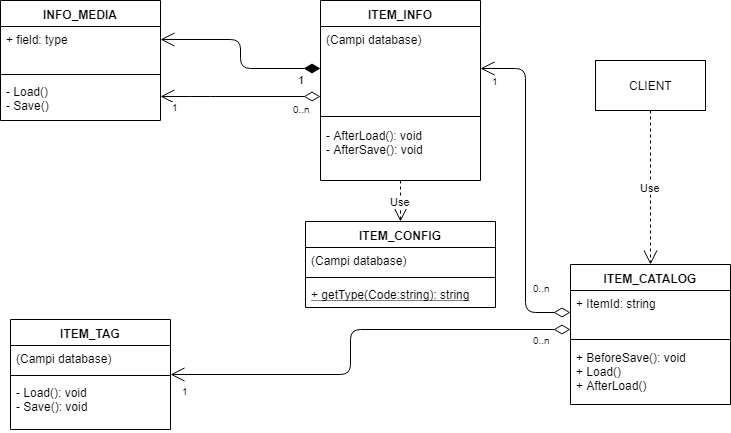
The draw.io diagram immagini/UML.png in riccardobek/Tesi, before a commit. Source tidied: cells renumbered, new cells last; positions are measured from the earlier drawing's top-left corner, leaving out a move shared by most shapes. Its diagram source:
```xml
<mxGraphModel>
  <root>
    <mxCell id="0" />
    <mxCell id="1" parent="0" />
    <mxCell id="2" value="ITEM_CATALOG" style="swimlane;fontStyle=1;align=center;verticalAlign=top;horizontal=1;startSize=26;" parent="1" vertex="1">
      <mxGeometry x="570" y="264" width="160" height="140" as="geometry" />
    </mxCell>
    <mxCell id="3" value="+ ItemId: string" style="text;strokeColor=none;fillColor=none;align=left;verticalAlign=top;spacingLeft=4;spacingRight=4;overflow=hidden;points=[[0,0.5],[1,0.5]];portConstraint=eastwest;" parent="2" vertex="1">
      <mxGeometry y="26" width="160" height="44" as="geometry" />
    </mxCell>
    <mxCell id="4" style="line;strokeWidth=1;fillColor=none;align=left;verticalAlign=middle;spacingTop=-1;spacingLeft=3;spacingRight=3;labelPosition=right;" parent="2" vertex="1">
      <mxGeometry y="70" width="160" height="10" as="geometry" />
    </mxCell>
    <mxCell id="5" value="+ BeforeSave(): void&#10;+ Load()&#10;+ AfterLoad()" style="text;strokeColor=none;fillColor=none;align=left;verticalAlign=top;spacingLeft=4;spacingRight=4;overflow=hidden;" parent="2" vertex="1">
      <mxGeometry y="80" width="160" height="60" as="geometry" />
    </mxCell>
    <mxCell id="6" value="ITEM_INFO" style="swimlane;fontStyle=1;align=center;verticalAlign=top;horizontal=1;startSize=26;" parent="1" vertex="1">
      <mxGeometry x="320" width="160" height="180" as="geometry" />
    </mxCell>
    <mxCell id="7" value="(Campi database)" style="text;strokeColor=none;fillColor=none;align=left;verticalAlign=top;spacingLeft=4;spacingRight=4;overflow=hidden;points=[[0,0.5],[1,0.5]];portConstraint=eastwest;" parent="6" vertex="1">
      <mxGeometry y="26" width="160" height="84" as="geometry" />
    </mxCell>
    <mxCell id="8" style="line;strokeWidth=1;fillColor=none;align=left;verticalAlign=middle;spacingTop=-1;spacingLeft=3;spacingRight=3;labelPosition=right;" parent="6" vertex="1">
      <mxGeometry y="110" width="160" height="12" as="geometry" />
    </mxCell>
    <mxCell id="9" value="- AfterLoad(): void&#10;- AfterSave(): void" style="text;strokeColor=none;fillColor=none;align=left;verticalAlign=top;spacingLeft=4;spacingRight=4;overflow=hidden;points=[[0,0.5],[1,0.5]];portConstraint=eastwest;" parent="6" vertex="1">
      <mxGeometry y="122" width="160" height="58" as="geometry" />
    </mxCell>
    <mxCell id="10" style="endArrow=open;html=1;endSize=12;startArrow=diamondThin;startSize=14;startFill=0;edgeStyle=orthogonalEdgeStyle;" parent="1" edge="1" source="3" target="7">
      <mxGeometry relative="1" as="geometry" />
    </mxCell>
    <mxCell id="11" value="0..n" style="html=1;align=left;verticalAlign=top;labelBackgroundColor=#ffffff;fontSize=10;" parent="10" vertex="1">
      <mxGeometry x="-1" relative="1" as="geometry">
        <mxPoint x="-40" y="-37" as="offset" />
      </mxGeometry>
    </mxCell>
    <mxCell id="12" value="1" style="html=1;align=right;verticalAlign=top;labelBackgroundColor=#ffffff;fontSize=10;" parent="10" vertex="1">
      <mxGeometry x="1" relative="1" as="geometry">
        <mxPoint x="20" as="offset" />
      </mxGeometry>
    </mxCell>
    <mxCell id="13" value="INFO_MEDIA" style="swimlane;fontStyle=1;align=center;verticalAlign=top;horizontal=1;startSize=26;" parent="1" vertex="1">
      <mxGeometry width="160" height="120" as="geometry" />
    </mxCell>
    <mxCell id="14" value="+ field: type" style="text;strokeColor=none;fillColor=none;align=left;verticalAlign=top;spacingLeft=4;spacingRight=4;overflow=hidden;" parent="13" vertex="1">
      <mxGeometry y="26" width="160" height="44" as="geometry" />
    </mxCell>
    <mxCell id="15" style="line;strokeWidth=1;fillColor=none;align=left;verticalAlign=middle;spacingTop=-1;spacingLeft=3;spacingRight=3;labelPosition=right;" parent="13" vertex="1">
      <mxGeometry y="70" width="160" height="8" as="geometry" />
    </mxCell>
    <mxCell id="16" value="- Load()&#10;- Save()" style="text;strokeColor=none;fillColor=none;align=left;verticalAlign=top;spacingLeft=4;spacingRight=4;overflow=hidden;points=[[0,0.5],[1,0.5]];portConstraint=eastwest;" parent="13" vertex="1">
      <mxGeometry y="78" width="160" height="42" as="geometry" />
    </mxCell>
    <mxCell id="17" value="ITEM_TAG" style="swimlane;fontStyle=1;align=center;verticalAlign=top;horizontal=1;startSize=26;" parent="1" vertex="1">
      <mxGeometry x="10" y="319" width="160" height="110" as="geometry" />
    </mxCell>
    <mxCell id="18" value="(Campi database)" style="text;strokeColor=none;fillColor=none;align=left;verticalAlign=top;spacingLeft=4;spacingRight=4;overflow=hidden;" parent="17" vertex="1">
      <mxGeometry y="26" width="160" height="26" as="geometry" />
    </mxCell>
    <mxCell id="19" style="line;strokeWidth=1;fillColor=none;align=left;verticalAlign=middle;spacingTop=-1;spacingLeft=3;spacingRight=3;labelPosition=right;" parent="17" vertex="1">
      <mxGeometry y="52" width="160" height="8" as="geometry" />
    </mxCell>
    <mxCell id="20" value="- Load(): void&#10;- Save(): void" style="text;strokeColor=none;fillColor=none;align=left;verticalAlign=top;spacingLeft=4;spacingRight=4;overflow=hidden;" parent="17" vertex="1">
      <mxGeometry y="60" width="160" height="50" as="geometry" />
    </mxCell>
    <mxCell id="21" value="&lt;br&gt;" style="endArrow=open;html=1;endSize=12;startArrow=diamondThin;startSize=14;startFill=0;edgeStyle=orthogonalEdgeStyle;" parent="1" edge="1" source="3">
      <mxGeometry relative="1" as="geometry">
        <mxPoint x="170" y="374" as="targetPoint" />
        <Array as="points">
          <mxPoint x="350" y="329" />
          <mxPoint x="350" y="374" />
        </Array>
      </mxGeometry>
    </mxCell>
    <mxCell id="22" value="0..n" style="html=1;align=left;verticalAlign=top;labelBackgroundColor=#ffffff;fontSize=10;" parent="21" vertex="1">
      <mxGeometry x="-1" relative="1" as="geometry">
        <mxPoint x="-40" y="-2" as="offset" />
      </mxGeometry>
    </mxCell>
    <mxCell id="23" value="1" style="html=1;align=right;verticalAlign=top;labelBackgroundColor=#ffffff;fontSize=10;" parent="21" vertex="1">
      <mxGeometry x="1" relative="1" as="geometry">
        <mxPoint x="20" y="4" as="offset" />
      </mxGeometry>
    </mxCell>
    <mxCell id="24" value="1" style="endArrow=open;html=1;endSize=12;startArrow=diamondThin;startSize=14;startFill=1;edgeStyle=orthogonalEdgeStyle;align=left;verticalAlign=bottom;exitX=0;exitY=0.5;exitDx=0;exitDy=0;" parent="1" edge="1" source="7">
      <mxGeometry x="-0.75" y="20" relative="1" as="geometry">
        <mxPoint x="160" y="39" as="targetPoint" />
      </mxGeometry>
    </mxCell>
    <mxCell id="25" style="endArrow=open;html=1;endSize=12;startArrow=diamondThin;startSize=14;startFill=0;edgeStyle=orthogonalEdgeStyle;" parent="1" edge="1" source="7" target="16">
      <mxGeometry relative="1" as="geometry">
        <Array as="points">
          <mxPoint x="200" y="96" />
          <mxPoint x="200" y="96" />
        </Array>
      </mxGeometry>
    </mxCell>
    <mxCell id="26" value="0..n" style="html=1;align=left;verticalAlign=top;labelBackgroundColor=#ffffff;fontSize=10;" parent="25" vertex="1">
      <mxGeometry x="-1" relative="1" as="geometry">
        <mxPoint x="-30" as="offset" />
      </mxGeometry>
    </mxCell>
    <mxCell id="27" value="1" style="html=1;align=right;verticalAlign=top;labelBackgroundColor=#ffffff;fontSize=10;" parent="25" vertex="1">
      <mxGeometry x="1" relative="1" as="geometry">
        <mxPoint x="20" y="-2" as="offset" />
      </mxGeometry>
    </mxCell>
    <mxCell id="28" value="CLIENT" style="html=1;" parent="1" vertex="1">
      <mxGeometry x="595" y="60" width="110" height="50" as="geometry" />
    </mxCell>
    <mxCell id="29" value="Use" style="endArrow=open;endSize=12;dashed=1;html=1;exitX=0.5;exitY=1;exitDx=0;exitDy=0;" parent="1" edge="1" source="28" target="2">
      <mxGeometry relative="1" as="geometry" />
    </mxCell>
    <mxCell id="30" value="ITEM_CONFIG" style="swimlane;fontStyle=1;align=center;verticalAlign=top;horizontal=1;startSize=26;" parent="1" vertex="1">
      <mxGeometry x="305" y="221" width="190" height="86" as="geometry" />
    </mxCell>
    <mxCell id="31" value="(Campi database)" style="text;strokeColor=none;fillColor=none;align=left;verticalAlign=top;spacingLeft=4;spacingRight=4;overflow=hidden;" parent="30" vertex="1">
      <mxGeometry y="26" width="190" height="26" as="geometry" />
    </mxCell>
    <mxCell id="32" style="line;strokeWidth=1;fillColor=none;align=left;verticalAlign=middle;spacingTop=-1;spacingLeft=3;spacingRight=3;labelPosition=right;" parent="30" vertex="1">
      <mxGeometry y="52" width="190" height="8" as="geometry" />
    </mxCell>
    <mxCell id="33" value="+ getType(Code:string): string" style="text;strokeColor=none;fillColor=none;align=left;verticalAlign=top;spacingLeft=4;spacingRight=4;overflow=hidden;fontStyle=4;" parent="30" vertex="1">
      <mxGeometry y="60" width="190" height="26" as="geometry" />
    </mxCell>
    <mxCell id="34" value="Use" style="endArrow=open;endSize=12;dashed=1;html=1;entryX=0.5;entryY=0;entryDx=0;entryDy=0;" parent="1" edge="1" source="9" target="30">
      <mxGeometry relative="1" as="geometry" />
    </mxCell>
  </root>
</mxGraphModel>
```
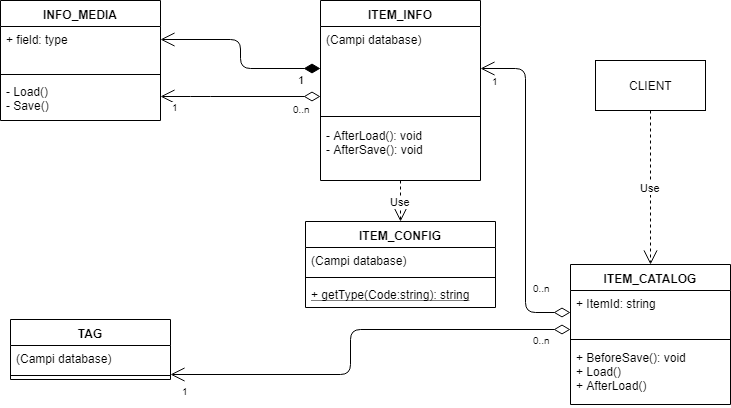
Above is the later version.

Change to the diagram source:
```diff
@@ -51,8 +51,8 @@
     <mxCell id="16" value="- Load()&#10;- Save()" style="text;strokeColor=none;fillColor=none;align=left;verticalAlign=top;spacingLeft=4;spacingRight=4;overflow=hidden;points=[[0,0.5],[1,0.5]];portConstraint=eastwest;" parent="13" vertex="1">
       <mxGeometry y="78" width="160" height="42" as="geometry" />
     </mxCell>
-    <mxCell id="17" value="ITEM_TAG" style="swimlane;fontStyle=1;align=center;verticalAlign=top;horizontal=1;startSize=26;" parent="1" vertex="1">
-      <mxGeometry x="10" y="319" width="160" height="110" as="geometry" />
+    <mxCell id="17" value="TAG" style="swimlane;fontStyle=1;align=center;verticalAlign=top;horizontal=1;startSize=26;" parent="1" vertex="1">
+      <mxGeometry x="10" y="319" width="160" height="60" as="geometry" />
     </mxCell>
     <mxCell id="18" value="(Campi database)" style="text;strokeColor=none;fillColor=none;align=left;verticalAlign=top;spacingLeft=4;spacingRight=4;overflow=hidden;" parent="17" vertex="1">
       <mxGeometry y="26" width="160" height="26" as="geometry" />
@@ -60,9 +60,6 @@
     <mxCell id="19" style="line;strokeWidth=1;fillColor=none;align=left;verticalAlign=middle;spacingTop=-1;spacingLeft=3;spacingRight=3;labelPosition=right;" parent="17" vertex="1">
       <mxGeometry y="52" width="160" height="8" as="geometry" />
     </mxCell>
-    <mxCell id="20" value="- Load(): void&#10;- Save(): void" style="text;strokeColor=none;fillColor=none;align=left;verticalAlign=top;spacingLeft=4;spacingRight=4;overflow=hidden;" parent="17" vertex="1">
-      <mxGeometry y="60" width="160" height="50" as="geometry" />
-    </mxCell>
     <mxCell id="21" value="&lt;br&gt;" style="endArrow=open;html=1;endSize=12;startArrow=diamondThin;startSize=14;startFill=0;edgeStyle=orthogonalEdgeStyle;" parent="1" edge="1" source="3">
       <mxGeometry relative="1" as="geometry">
         <mxPoint x="170" y="374" as="targetPoint" />
```
